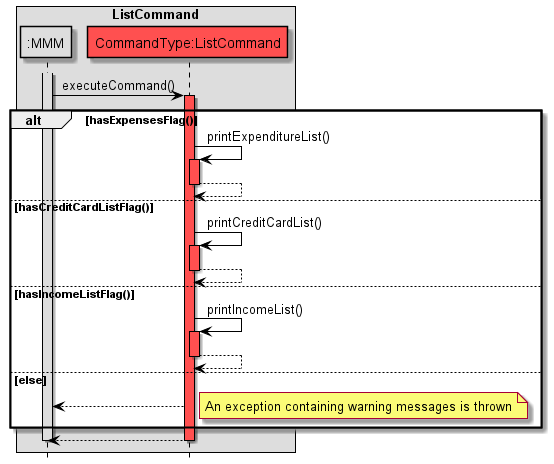
The PlantUML diagram docs/images/ListCommandSequenceDiagram.png in nus-cs2113-AY2122S2/tp, before a commit.
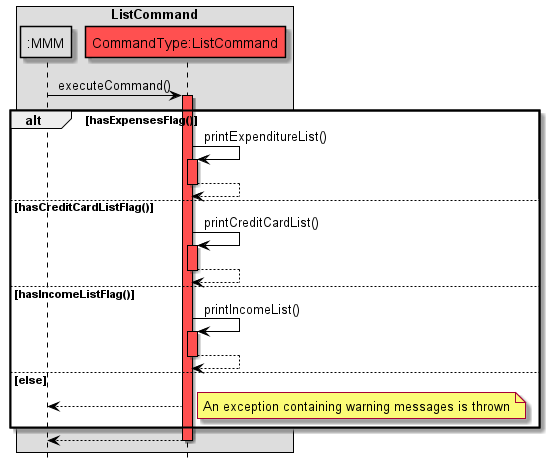
The same diagram one commit later.

What changed in the source:
```diff
@@ -16,7 +16,6 @@
 participant "CommandType:ListCommand" as C COMMANDS_COLOUR
 end box
 
-activate MMM MMM_COLOUR
 MMM -> C: executeCommand()
 activate C COMMANDS_COLOUR
 
@@ -47,6 +46,5 @@
 end
 C --> MMM
 deactivate C
-deactivate MMM
 
 @enduml
```
